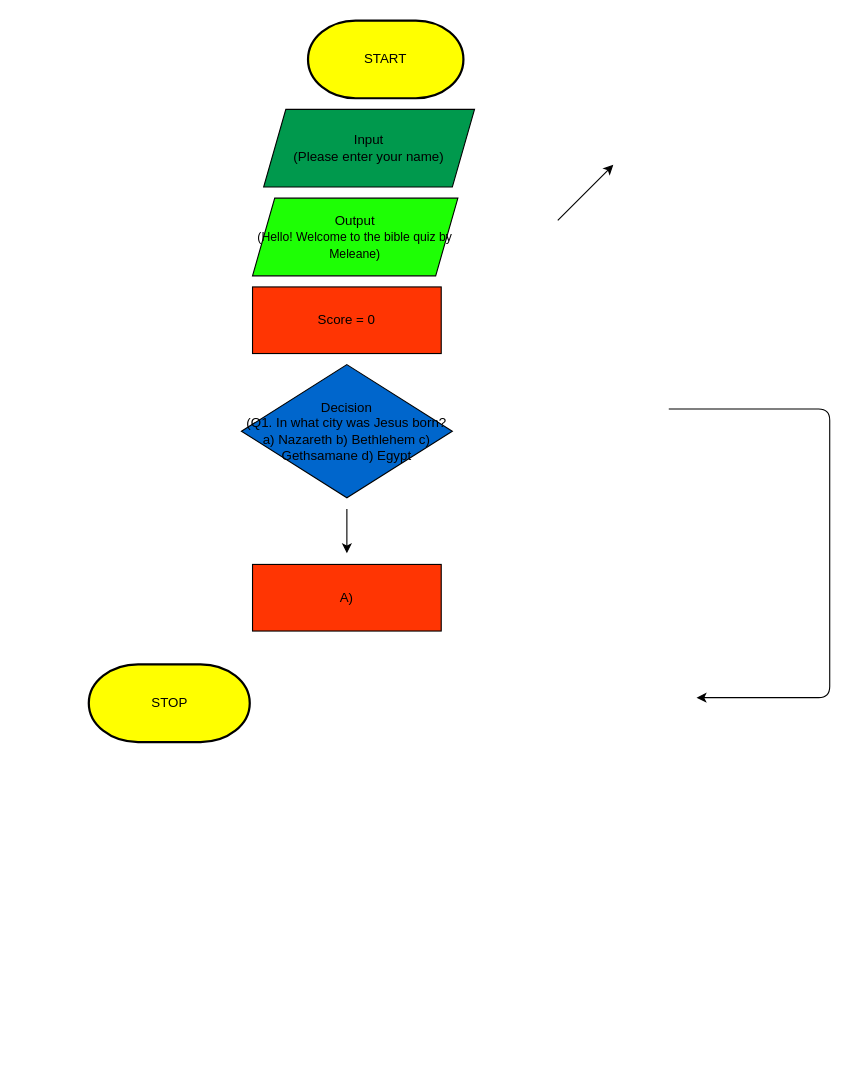
This is flowchart.drawio from ASDAH-Digtal/level-1-python-quiz-meleane-m-t, a draw.io file, before an edit. Source tidied: cells renumbered, new cells numbered last; positions are measured from the earlier drawing's top-left corner, leaving out a move shared by most shapes. Both pictures are drawn from the tidied source at 111%, with x=0, y=0 at pixel (89, 20).
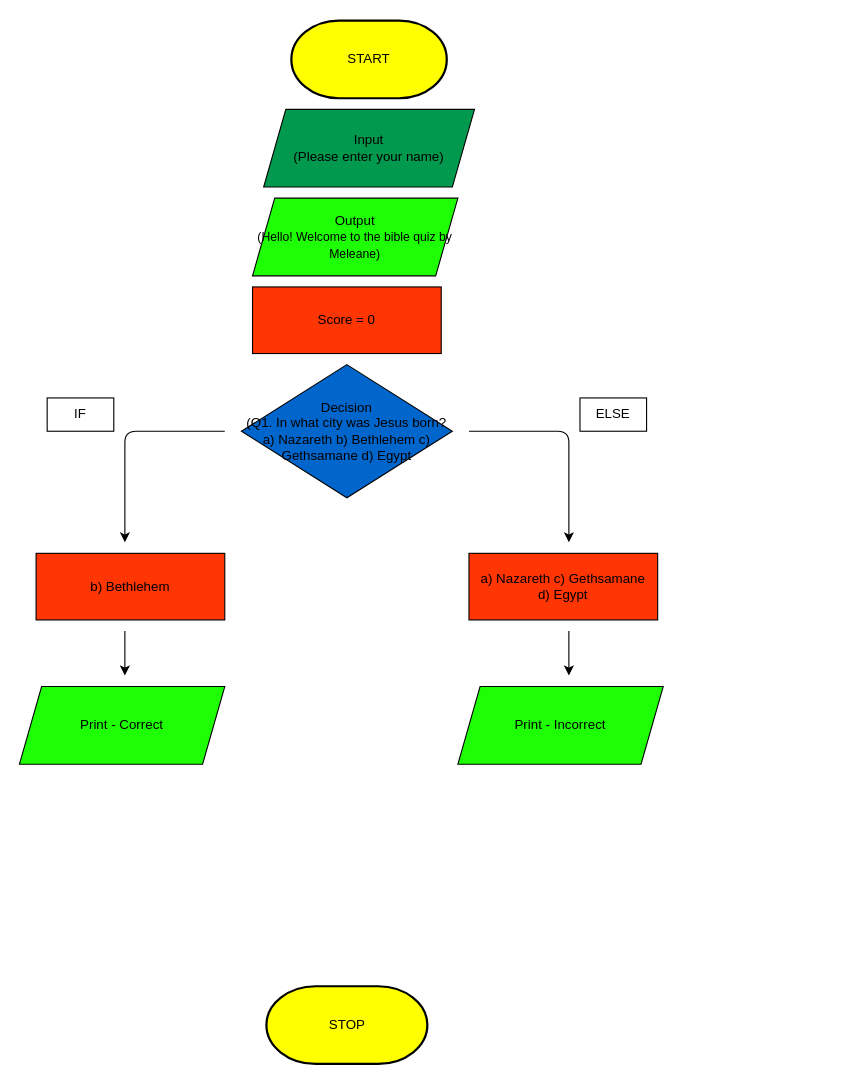
Above is the later version.

Diff of the diagram source:
```diff
@@
-    <mxCell id="4" style="endArrow=classic;html=1;endFill=1;" parent="1" edge="1">
-      <mxGeometry relative="1" as="geometry">
-        <mxPoint x="522" y="350" as="sourcePoint" />
-        <mxPoint x="547" y="610" as="targetPoint" />
-        <Array as="points">
-          <mxPoint x="539" y="350" />
-          <mxPoint x="667" y="350" />
-          <mxPoint x="667" y="610" />
-        </Array>
-      </mxGeometry>
-    </mxCell>
@@
     <mxCell id="6" value="START" style="strokeWidth=2;html=1;shape=mxgraph.flowchart.terminator;whiteSpace=wrap;fillColor=#FFFF00;" parent="1" vertex="1">
-      <mxGeometry x="197" width="140" height="70" as="geometry" />
+      <mxGeometry x="182" width="140" height="70" as="geometry" />
     </mxCell>
     <mxCell id="7" value="STOP" style="strokeWidth=2;html=1;shape=mxgraph.flowchart.terminator;whiteSpace=wrap;fillColor=#FFFF00;" parent="1" vertex="1">
-      <mxGeometry x="-0.5" y="580" width="145" height="70" as="geometry" />
+      <mxGeometry x="159.5" y="870" width="145" height="70" as="geometry" />
     </mxCell>
@@
     <mxCell id="9" style="endArrow=classic;html=1;" parent="1" edge="1">
       <mxGeometry relative="1" as="geometry">
-        <mxPoint x="232" y="440" as="sourcePoint" />
-        <mxPoint x="232" y="480" as="targetPoint" />
+        <mxPoint x="122" y="370" as="sourcePoint" />
+        <mxPoint x="32" y="470" as="targetPoint" />
         <Array as="points">
-          <mxPoint x="232" y="460" />
+          <mxPoint x="32" y="370" />
         </Array>
       </mxGeometry>
     </mxCell>
-    <mxCell id="10" style="endArrow=classic;html=1;" parent="1" edge="1">
-      <mxGeometry relative="1" as="geometry">
-        <mxPoint x="422" y="180" as="sourcePoint" />
-        <mxPoint x="472" y="130" as="targetPoint" />
-      </mxGeometry>
-    </mxCell>
-    <mxCell id="11" value="A)" style="rounded=0;whiteSpace=wrap;html=1;fillColor=#FF3503;" parent="1" vertex="1">
-      <mxGeometry x="147" y="490" width="170" height="60" as="geometry" />
+    <mxCell id="11" value="b) Bethlehem" style="rounded=0;whiteSpace=wrap;html=1;fillColor=#FF3503;" parent="1" vertex="1">
+      <mxGeometry x="-48" y="480" width="170" height="60" as="geometry" />
     </mxCell>
+    <mxCell id="12" value="Print - Correct" style="shape=parallelogram;perimeter=parallelogramPerimeter;whiteSpace=wrap;html=1;fixedSize=1;fillColor=#1EFF05;" parent="1" vertex="1">
+      <mxGeometry x="-63" y="600" width="185" height="70" as="geometry" />
+    </mxCell>
+    <mxCell id="13" style="endArrow=classic;html=1;" parent="1" edge="1">
+      <mxGeometry relative="1" as="geometry">
+        <mxPoint x="32" y="550" as="sourcePoint" />
+        <mxPoint x="32" y="590" as="targetPoint" />
+      </mxGeometry>
+    </mxCell>
+    <mxCell id="14" style="endArrow=classic;html=1;" parent="1" edge="1">
+      <mxGeometry relative="1" as="geometry">
+        <mxPoint x="342" y="370" as="sourcePoint" />
+        <mxPoint x="432" y="470" as="targetPoint" />
+        <Array as="points">
+          <mxPoint x="432" y="370" />
+        </Array>
+      </mxGeometry>
+    </mxCell>
+    <mxCell id="15" value="a) Nazareth c) Gethsamane&lt;br&gt;d) Egypt" style="rounded=0;whiteSpace=wrap;html=1;fillColor=#FF3503;" parent="1" vertex="1">
+      <mxGeometry x="342" y="480" width="170" height="60" as="geometry" />
+    </mxCell>
+    <mxCell id="16" value="Print - Incorrect" style="shape=parallelogram;perimeter=parallelogramPerimeter;whiteSpace=wrap;html=1;fixedSize=1;fillColor=#1EFF05;" parent="1" vertex="1">
+      <mxGeometry x="332" y="600" width="185" height="70" as="geometry" />
+    </mxCell>
+    <mxCell id="17" style="endArrow=classic;html=1;" parent="1" edge="1">
+      <mxGeometry relative="1" as="geometry">
+        <mxPoint x="432" y="550" as="sourcePoint" />
+        <mxPoint x="432" y="590" as="targetPoint" />
+      </mxGeometry>
+    </mxCell>
+    <mxCell id="18" value="IF" style="rounded=0;whiteSpace=wrap;html=1;" parent="1" vertex="1">
+      <mxGeometry x="-38" y="340" width="60" height="30" as="geometry" />
+    </mxCell>
+    <mxCell id="19" value="ELSE" style="rounded=0;whiteSpace=wrap;html=1;" parent="1" vertex="1">
+      <mxGeometry x="442" y="340" width="60" height="30" as="geometry" />
+    </mxCell>
```
